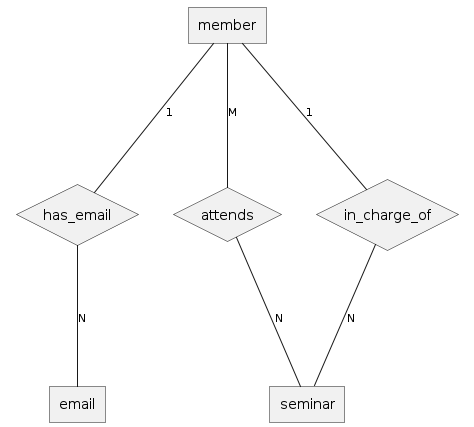
This is hw/04/er.png from adam-neeley/db-design, a PlantUML export, as it was before one commit. Its diagram source:
```plantuml
@startchen
entity member {
}
entity email {
}
entity seminar {
}

relationship has_email {
}
relationship attends {
}
relationship in_charge_of {
}

member -1- has_email
has_email -N- email

member -M- attends
attends -N- seminar

member -1- in_charge_of
in_charge_of -N- seminar

@endchen
```
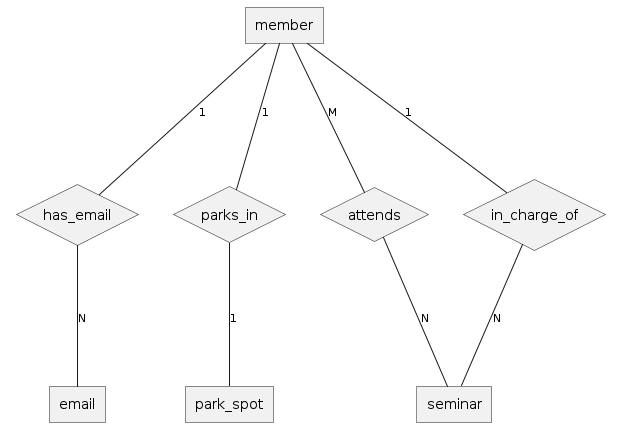
The same file after the commit.

Diff of the diagram source:
```diff
@@ -5,10 +5,14 @@
 }
 entity seminar {
 }
+entity park_spot {
+}
 
 relationship has_email {
 }
 relationship attends {
+}
+relationship parks_in {
 }
 relationship in_charge_of {
 }
@@ -22,4 +26,7 @@
 member -1- in_charge_of
 in_charge_of -N- seminar
 
+member -1- parks_in
+parks_in -1- park_spot
+
 @endchen
```
